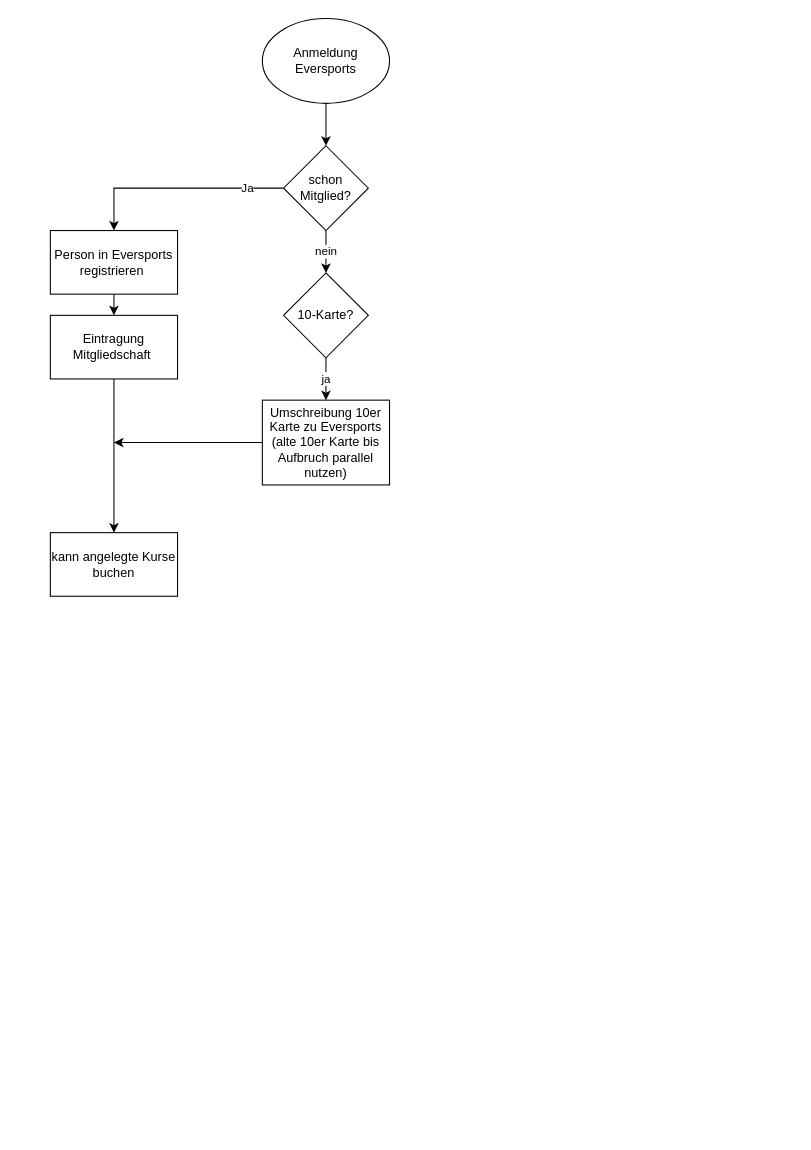
Before: AnmeldungES.drawio in markweber1980/TSG, a draw.io diagram. Source tidied: cells renumbered, new cells numbered last; positions are measured from the earlier drawing's top-left corner, leaving out a move shared by most shapes. Both pictures are drawn from the tidied source at 106%, with x=0, y=0 at pixel (50, 18).
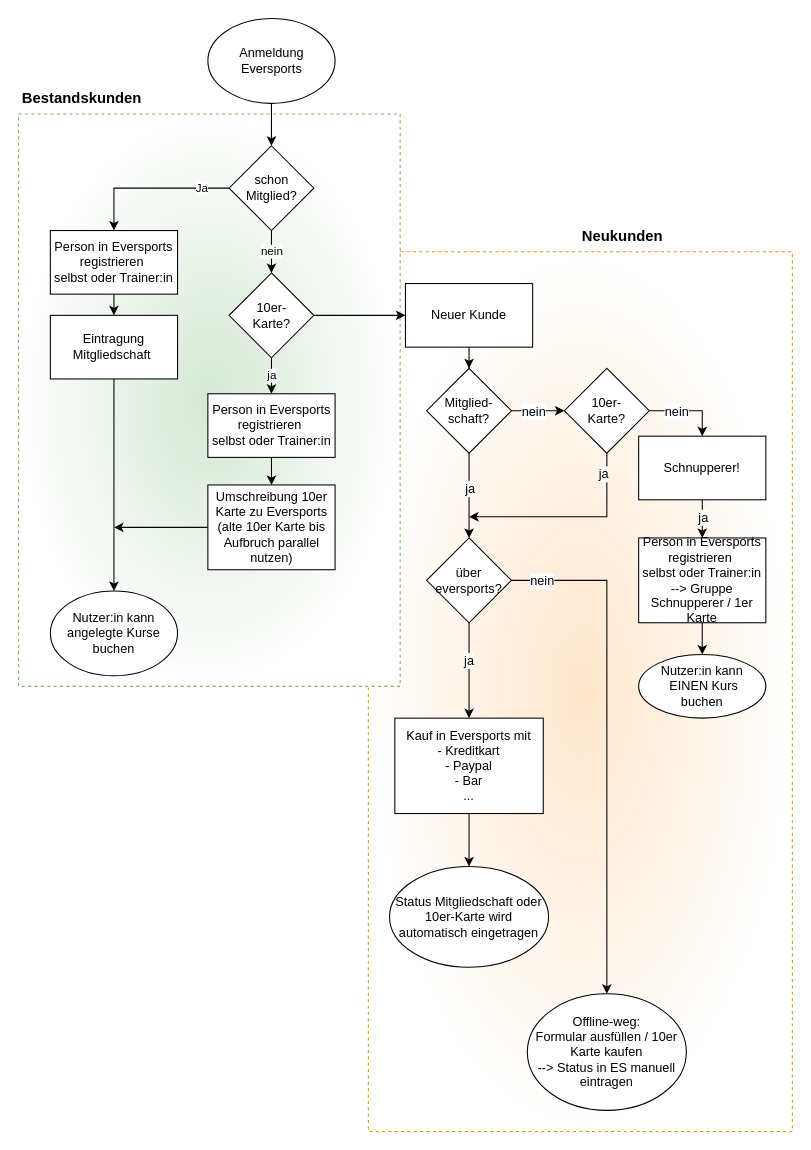
Above is the later version.

Unchanged cells that the change refers to:
```xml
<mxCell id="11" value="Eintragung Mitgliedschaft&amp;nbsp;" style="rounded=0;whiteSpace=wrap;html=1;" parent="1" vertex="1">
  <mxGeometry y="280" width="120" height="60" as="geometry" />
</mxCell>
```

Diff of the diagram source:
```diff
@@
+    <mxCell id="17" style="rounded=0;whiteSpace=wrap;html=1;fontSize=12;fillColor=#ffe6cc;strokeColor=#d79b00;dashed=1;gradientColor=#ffffff;gradientDirection=radial;" parent="1" vertex="1">
+      <mxGeometry x="300" y="220" width="400" height="830" as="geometry" />
+    </mxCell>
+    <mxCell id="18" style="rounded=0;whiteSpace=wrap;html=1;dashed=1;fillColor=#d5e8d4;align=left;strokeColor=#82b366;gradientColor=#ffffff;gradientDirection=radial;" parent="1" vertex="1">
+      <mxGeometry x="-30" y="90" width="360" height="540" as="geometry" />
+    </mxCell>
@@
     <mxCell id="3" value="Anmeldung&lt;br&gt;Eversports" style="ellipse;whiteSpace=wrap;html=1;" parent="1" vertex="1">
-      <mxGeometry x="200" width="120" height="80" as="geometry" />
+      <mxGeometry x="148.6" width="120" height="80" as="geometry" />
     </mxCell>
@@
     <mxCell id="7" value="schon&lt;br&gt;Mitglied?" style="rhombus;whiteSpace=wrap;html=1;" parent="1" vertex="1">
-      <mxGeometry x="220" y="120" width="80" height="80" as="geometry" />
+      <mxGeometry x="168.6" y="120" width="80" height="80" as="geometry" />
     </mxCell>
@@
-    <mxCell id="9" value="Person in Eversports&lt;br&gt;registrieren&amp;nbsp;" style="rounded=0;whiteSpace=wrap;html=1;" parent="1" vertex="1">
+    <mxCell id="9" value="Person in Eversports&lt;br&gt;registrieren&amp;nbsp;&lt;br&gt;selbst oder Trainer:in" style="rounded=0;whiteSpace=wrap;html=1;" parent="1" vertex="1">
       <mxGeometry y="200" width="120" height="60" as="geometry" />
     </mxCell>
-    <mxCell id="10" style="edgeStyle=orthogonalEdgeStyle;rounded=0;jettySize=auto;html=1;exitX=0.5;exitY=1;exitDx=0;exitDy=0;entryX=0.5;entryY=0;entryDx=0;entryDy=0;" parent="1" edge="1" source="11" target="12">
-      <mxGeometry relative="1" as="geometry" />
+    <mxCell id="10" style="edgeStyle=orthogonalEdgeStyle;rounded=0;jettySize=auto;html=1;exitX=0.5;exitY=1;exitDx=0;exitDy=0;entryX=0.5;entryY=0;entryDx=0;entryDy=0;" parent="1" edge="1" source="11">
+      <mxGeometry relative="1" as="geometry">
+        <mxPoint x="60" y="540" as="targetPoint" />
+      </mxGeometry>
     </mxCell>
@@
-    <mxCell id="12" value="kann angelegte Kurse buchen" style="rounded=0;whiteSpace=wrap;html=1;" parent="1" vertex="1">
-      <mxGeometry y="485" width="120" height="60" as="geometry" />
-    </mxCell>
-    <mxCell id="13" style="edgeStyle=orthogonalEdgeStyle;rounded=0;jettySize=auto;html=1;" parent="1" edge="1" source="14">
-      <mxGeometry relative="1" as="geometry">
-        <mxPoint x="60" y="400" as="targetPoint" />
-      </mxGeometry>
-    </mxCell>
+    <mxCell id="19" style="edgeStyle=orthogonalEdgeStyle;rounded=0;jettySize=auto;html=1;" parent="1" edge="1" source="14">
+      <mxGeometry relative="1" as="geometry">
+        <mxPoint x="60" y="480" as="targetPoint" />
+      </mxGeometry>
+    </mxCell>
     <mxCell id="14" value="Umschreibung 10er&lt;br&gt;Karte zu Eversports&lt;br&gt;(alte 10er Karte bis Aufbruch parallel nutzen)" style="rounded=0;whiteSpace=wrap;html=1;" parent="1" vertex="1">
-      <mxGeometry x="200" y="360" width="120" height="80" as="geometry" />
+      <mxGeometry x="148.6" y="440" width="120" height="80" as="geometry" />
     </mxCell>
-    <mxCell id="15" value="ja" style="edgeStyle=orthogonalEdgeStyle;rounded=0;jettySize=auto;html=1;exitX=0.5;exitY=1;exitDx=0;exitDy=0;entryX=0.5;entryY=0;entryDx=0;entryDy=0;" parent="1" edge="1" source="16" target="14">
+    <mxCell id="15" value="ja" style="edgeStyle=orthogonalEdgeStyle;rounded=0;jettySize=auto;html=1;exitX=0.5;exitY=1;exitDx=0;exitDy=0;entryX=0.5;entryY=0;entryDx=0;entryDy=0;" parent="1" edge="1" source="16" target="22">
       <mxGeometry relative="1" as="geometry" />
     </mxCell>
+    <mxCell id="20" style="edgeStyle=orthogonalEdgeStyle;rounded=0;jettySize=auto;html=1;fontSize=14;entryX=0;entryY=0.5;entryDx=0;entryDy=0;" parent="1" edge="1" source="16" target="25">
+      <mxGeometry relative="1" as="geometry" />
+    </mxCell>
-    <mxCell id="16" value="10-Karte?" style="rhombus;whiteSpace=wrap;html=1;" parent="1" vertex="1">
-      <mxGeometry x="220" y="240" width="80" height="80" as="geometry" />
+    <mxCell id="16" value="10er-&lt;br&gt;Karte?" style="rhombus;whiteSpace=wrap;html=1;" parent="1" vertex="1">
+      <mxGeometry x="168.6" y="240" width="80" height="80" as="geometry" />
     </mxCell>
+    <mxCell id="21" style="edgeStyle=orthogonalEdgeStyle;rounded=0;jettySize=auto;html=1;" parent="1" edge="1" source="22" target="14">
+      <mxGeometry relative="1" as="geometry" />
+    </mxCell>
+    <mxCell id="22" value="Person in Eversports&lt;br&gt;registrieren&amp;nbsp;&lt;br&gt;selbst oder Trainer:in" style="rounded=0;whiteSpace=wrap;html=1;" parent="1" vertex="1">
+      <mxGeometry x="148.6" y="354" width="120" height="60" as="geometry" />
+    </mxCell>
+    <mxCell id="23" value="Bestandskunden" style="text;html=1;strokeColor=none;fillColor=none;align=center;verticalAlign=middle;whiteSpace=wrap;rounded=0;dashed=1;fontStyle=1;fontSize=14;" parent="1" vertex="1">
+      <mxGeometry y="60" width="60" height="30" as="geometry" />
+    </mxCell>
+    <mxCell id="24" style="edgeStyle=orthogonalEdgeStyle;rounded=0;jettySize=auto;html=1;fontSize=14;" parent="1" edge="1" source="25" target="30">
+      <mxGeometry relative="1" as="geometry" />
+    </mxCell>
+    <mxCell id="25" value="Neuer Kunde" style="whiteSpace=wrap;html=1;" parent="1" vertex="1">
+      <mxGeometry x="335" y="250" width="120" height="60" as="geometry" />
+    </mxCell>
+    <mxCell id="26" style="edgeStyle=orthogonalEdgeStyle;rounded=0;jettySize=auto;html=1;fontSize=12;" parent="1" edge="1" source="30" target="35">
+      <mxGeometry relative="1" as="geometry" />
+    </mxCell>
+    <mxCell id="27" value="ja" style="edgeLabel;html=1;align=center;verticalAlign=middle;fontSize=12;" parent="26" vertex="1">
+      <mxGeometry x="-0.17" relative="1" as="geometry" />
+    </mxCell>
+    <mxCell id="28" style="edgeStyle=orthogonalEdgeStyle;rounded=0;jettySize=auto;html=1;fontSize=12;" parent="1" edge="1" source="30" target="40">
+      <mxGeometry relative="1" as="geometry" />
+    </mxCell>
+    <mxCell id="29" value="nein" style="edgeLabel;html=1;align=center;verticalAlign=middle;fontSize=12;" parent="28" vertex="1">
+      <mxGeometry x="0.67" y="-1" relative="1" as="geometry">
+        <mxPoint x="-22" y="-1" as="offset" />
+      </mxGeometry>
+    </mxCell>
+    <mxCell id="30" value="Mitglied-&lt;br&gt;schaft?" style="rhombus;whiteSpace=wrap;html=1;" parent="1" vertex="1">
+      <mxGeometry x="355" y="330" width="80" height="80" as="geometry" />
+    </mxCell>
+    <mxCell id="31" style="edgeStyle=orthogonalEdgeStyle;rounded=0;jettySize=auto;html=1;fontSize=12;" parent="1" edge="1" source="35" target="42">
+      <mxGeometry relative="1" as="geometry" />
+    </mxCell>
+    <mxCell id="32" value="ja" style="edgeLabel;html=1;align=center;verticalAlign=middle;fontSize=12;" parent="31" vertex="1">
+      <mxGeometry x="-0.22" y="-1" relative="1" as="geometry" />
+    </mxCell>
+    <mxCell id="33" style="edgeStyle=orthogonalEdgeStyle;rounded=0;jettySize=auto;html=1;fontSize=12;entryX=0.5;entryY=0;entryDx=0;entryDy=0;" parent="1" edge="1" source="35" target="51">
+      <mxGeometry relative="1" as="geometry" />
+    </mxCell>
+    <mxCell id="34" value="nein" style="edgeLabel;html=1;align=center;verticalAlign=middle;fontSize=12;" parent="33" vertex="1">
+      <mxGeometry x="-0.72" y="-2" relative="1" as="geometry">
+        <mxPoint x="-39" y="-2" as="offset" />
+      </mxGeometry>
+    </mxCell>
+    <mxCell id="35" value="über eversports?" style="rhombus;whiteSpace=wrap;html=1;" parent="1" vertex="1">
+      <mxGeometry x="355" y="490" width="80" height="80" as="geometry" />
+    </mxCell>
+    <mxCell id="36" style="edgeStyle=orthogonalEdgeStyle;rounded=0;jettySize=auto;html=1;fontSize=12;exitX=0.5;exitY=1;exitDx=0;exitDy=0;" parent="1" edge="1" source="40">
+      <mxGeometry relative="1" as="geometry">
+        <mxPoint x="395" y="470" as="targetPoint" />
+        <Array as="points">
+          <mxPoint x="525" y="470" />
+        </Array>
+      </mxGeometry>
+    </mxCell>
+    <mxCell id="37" value="ja" style="edgeLabel;html=1;align=center;verticalAlign=middle;fontSize=12;" parent="36" vertex="1">
+      <mxGeometry x="-0.8" y="-4" relative="1" as="geometry" />
+    </mxCell>
+    <mxCell id="38" style="edgeStyle=orthogonalEdgeStyle;rounded=0;jettySize=auto;html=1;fontSize=12;exitX=1;exitY=0.5;exitDx=0;exitDy=0;" parent="1" edge="1" source="40" target="48">
+      <mxGeometry relative="1" as="geometry" />
+    </mxCell>
+    <mxCell id="39" value="nein" style="edgeLabel;html=1;align=center;verticalAlign=middle;fontSize=12;" parent="38" vertex="1">
+      <mxGeometry x="-0.43" y="-2" relative="1" as="geometry">
+        <mxPoint x="4" y="-2" as="offset" />
+      </mxGeometry>
+    </mxCell>
+    <mxCell id="40" value="10er-&lt;br&gt;Karte?" style="rhombus;whiteSpace=wrap;html=1;" parent="1" vertex="1">
+      <mxGeometry x="485" y="330" width="80" height="80" as="geometry" />
+    </mxCell>
+    <mxCell id="41" style="edgeStyle=orthogonalEdgeStyle;rounded=0;jettySize=auto;html=1;fontSize=12;" parent="1" edge="1" source="42" target="50">
+      <mxGeometry relative="1" as="geometry" />
+    </mxCell>
+    <mxCell id="42" value="Kauf in Eversports mit&lt;br&gt;- Kreditkart&lt;br&gt;- Paypal&lt;br&gt;- Bar&lt;br&gt;...&lt;br&gt;" style="whiteSpace=wrap;html=1;" parent="1" vertex="1">
+      <mxGeometry x="325" y="660" width="140" height="90" as="geometry" />
+    </mxCell>
+    <mxCell id="43" style="edgeStyle=orthogonalEdgeStyle;rounded=0;jettySize=auto;html=1;fontSize=12;exitX=0.5;exitY=1;exitDx=0;exitDy=0;" parent="1" edge="1" source="48" target="46">
+      <mxGeometry relative="1" as="geometry" />
+    </mxCell>
+    <mxCell id="44" value="ja" style="edgeLabel;html=1;align=center;verticalAlign=middle;fontSize=12;" parent="43" vertex="1">
+      <mxGeometry x="0.28" y="-1" relative="1" as="geometry">
+        <mxPoint x="1" y="-4" as="offset" />
+      </mxGeometry>
+    </mxCell>
+    <mxCell id="45" style="edgeStyle=orthogonalEdgeStyle;rounded=0;jettySize=auto;html=1;fontSize=12;" parent="1" edge="1" source="46" target="47">
+      <mxGeometry relative="1" as="geometry" />
+    </mxCell>
+    <mxCell id="46" value="Person in Eversports&lt;br&gt;registrieren&amp;nbsp;&lt;br&gt;selbst oder Trainer:in&lt;br&gt;--&amp;gt; Gruppe Schnupperer / 1er Karte" style="rounded=0;whiteSpace=wrap;html=1;" parent="1" vertex="1">
+      <mxGeometry x="555" y="490" width="120" height="80" as="geometry" />
+    </mxCell>
+    <mxCell id="47" value="Nutzer:in kann&lt;br&gt;&amp;nbsp;EINEN Kurs &lt;br&gt;buchen" style="ellipse;whiteSpace=wrap;html=1;rounded=0;" parent="1" vertex="1">
+      <mxGeometry x="555" y="600" width="120" height="60" as="geometry" />
+    </mxCell>
+    <mxCell id="48" value="Schnupperer!" style="whiteSpace=wrap;html=1;" parent="1" vertex="1">
+      <mxGeometry x="555" y="394" width="120" height="60" as="geometry" />
+    </mxCell>
+    <mxCell id="49" value="&lt;span&gt;Nutzer:in&amp;nbsp;kann angelegte Kurse buchen&lt;/span&gt;" style="ellipse;whiteSpace=wrap;html=1;fontSize=12;" parent="1" vertex="1">
+      <mxGeometry y="540" width="120" height="80" as="geometry" />
+    </mxCell>
+    <mxCell id="50" value="Status Mitgliedschaft oder 10er-Karte wird automatisch eingetragen" style="ellipse;whiteSpace=wrap;html=1;" parent="1" vertex="1">
+      <mxGeometry x="320" y="800" width="150" height="95" as="geometry" />
+    </mxCell>
+    <mxCell id="51" value="&lt;span&gt;Offline-weg:&lt;/span&gt;&lt;br&gt;&lt;span&gt;Formular ausfüllen / 10er Karte kaufen&lt;/span&gt;&lt;br&gt;&lt;span&gt;--&amp;gt; Status in ES manuell eintragen&lt;/span&gt;" style="ellipse;whiteSpace=wrap;html=1;fontSize=12;" parent="1" vertex="1">
+      <mxGeometry x="450" y="920" width="150" height="110" as="geometry" />
+    </mxCell>
+    <mxCell id="52" value="Neukunden" style="text;html=1;strokeColor=none;fillColor=none;align=center;verticalAlign=middle;whiteSpace=wrap;rounded=0;dashed=1;fontStyle=1;fontSize=14;" parent="1" vertex="1">
+      <mxGeometry x="510" y="190" width="60" height="30" as="geometry" />
+    </mxCell>
```
